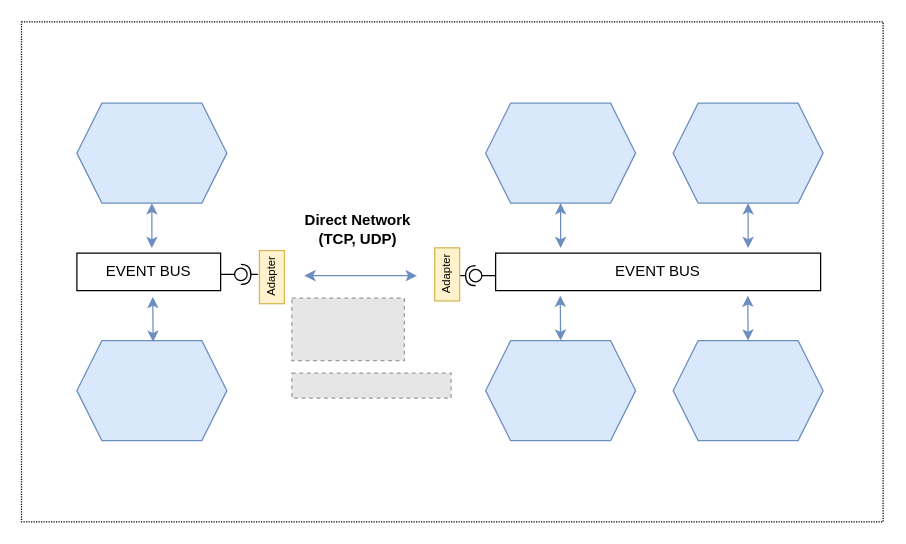
alicemunsal/dohex keeps this draw.io diagram as page "Deployment" (8 of 16) of diagrams/1.drawio. Above is the earlier version. Source tidied: cells renumbered, new cells numbered last; positions are measured from the earlier drawing's top-left corner, leaving out a move shared by most shapes. Both pictures are drawn from the tidied source at 125%, with x=0, y=0 at pixel (21, 21). Pictures stored in the file or linked from it are replaced by grey dashed boxes.
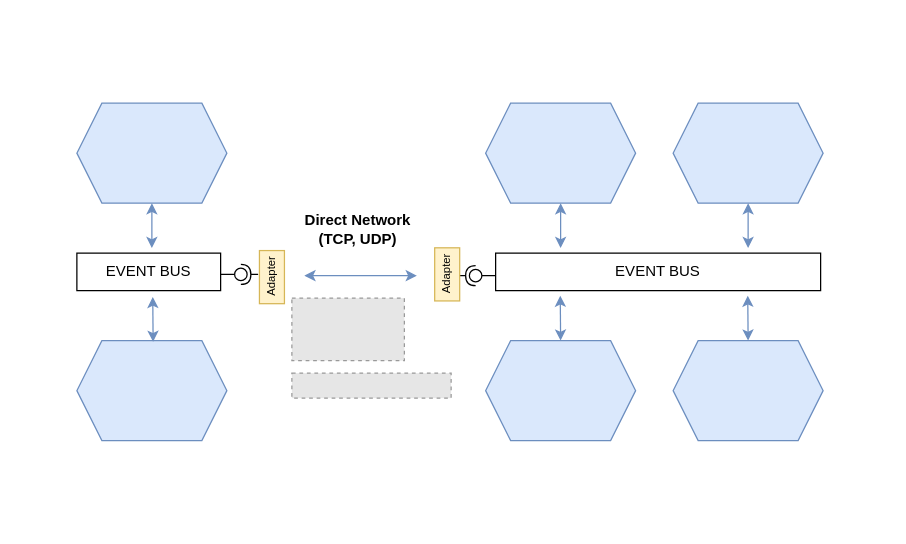
After the change.

The edit, as a diff of the source:
```diff
@@
-    <mxCell id="2" style="rounded=0;whiteSpace=wrap;html=1;fontSize=12;strokeWidth=1;dashed=1;dashPattern=1 1;perimeterSpacing=1;fillColor=none;" parent="1" vertex="1">
-      <mxGeometry x="-0.3" width="689.3" height="400" as="geometry" />
-    </mxCell>
```
